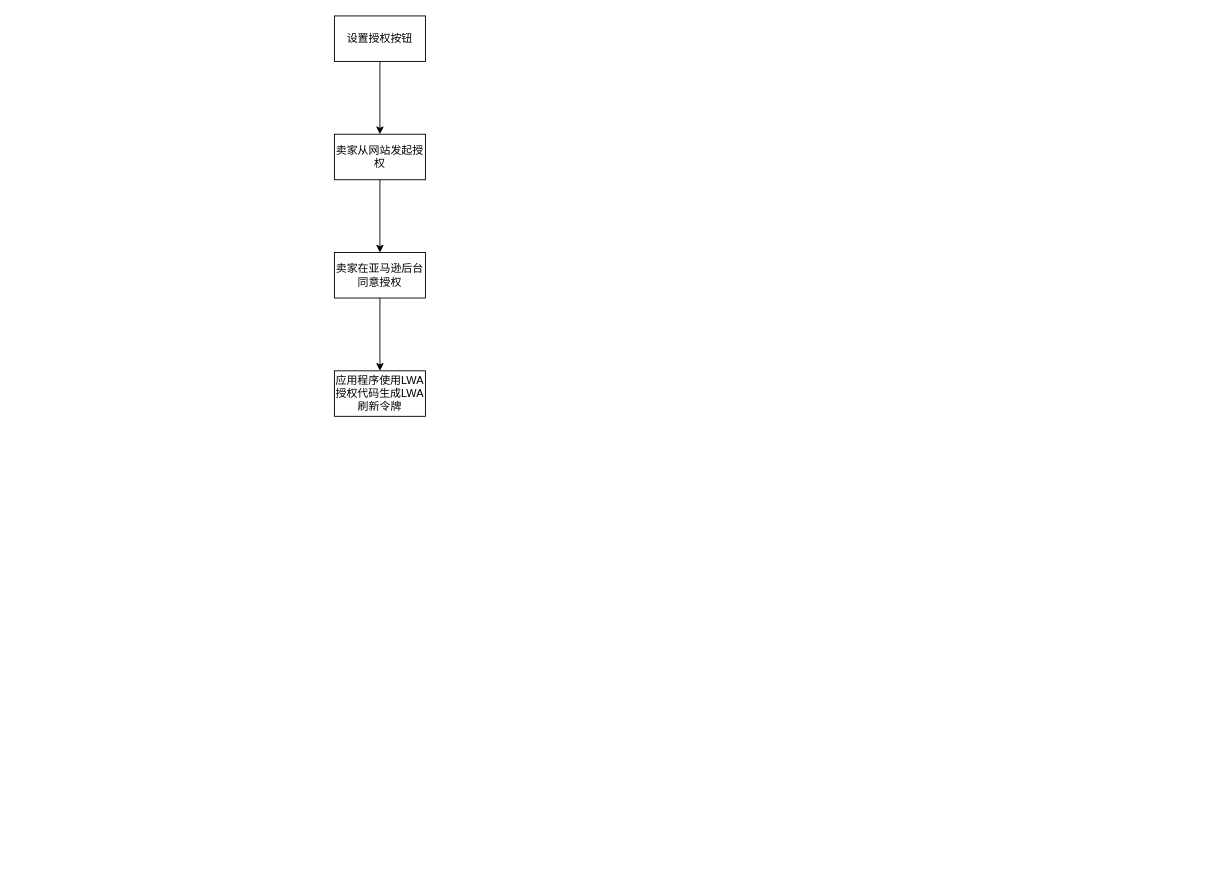
Above: 网站授权工作流.drawio in pcandlej/drawio-amazon-spapi (draw.io), before the change. Source tidied: cells renumbered, new cells numbered last; positions are measured from the earlier drawing's top-left corner, leaving out a move shared by most shapes. Both pictures are drawn from the tidied source at 91%, with x=0, y=0 at pixel (334, 15).
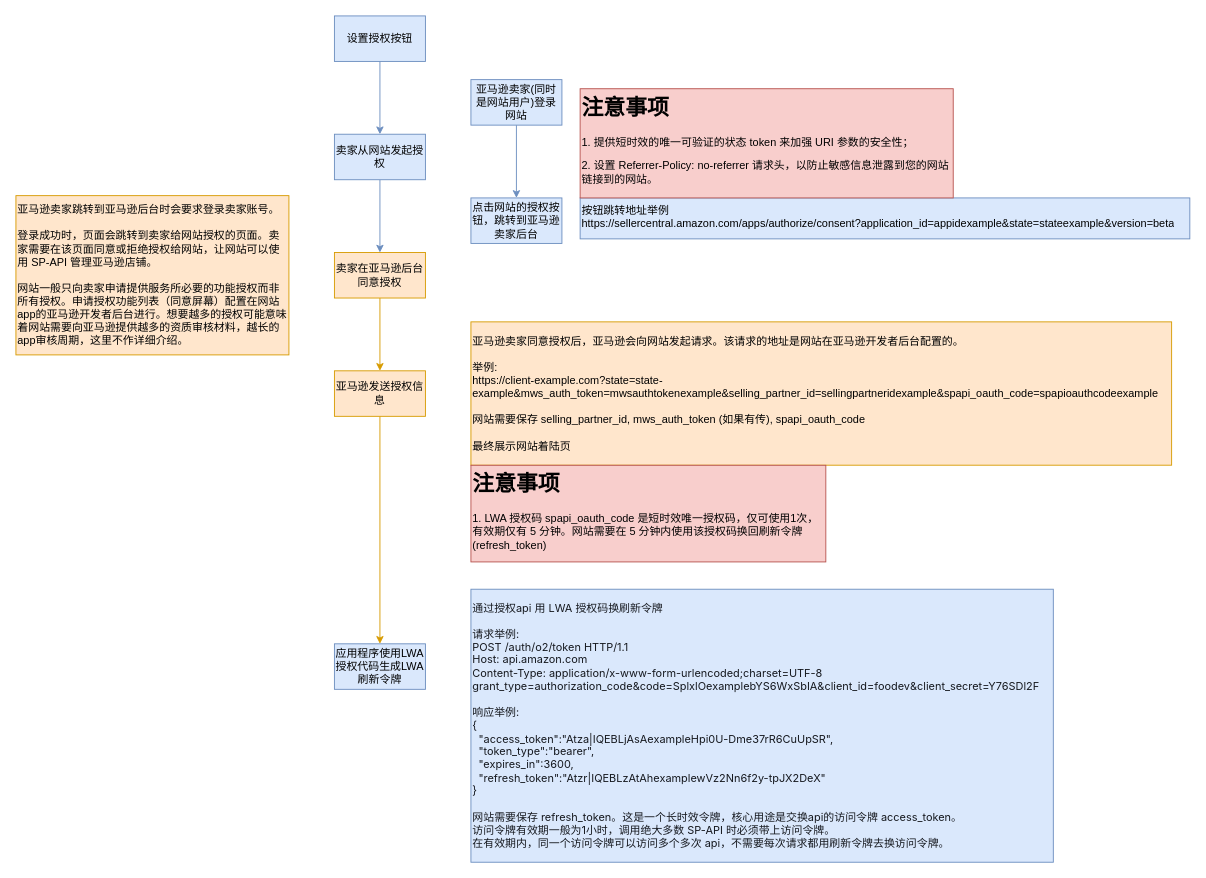
Above is the later version.

Commit message:
更新网站授权工作流.drawio

Change to the diagram source:
```diff
@@
 <mxGraphModel>
   <root>
     <mxCell id="0" />
     <mxCell id="1" parent="0" />
-    <mxCell id="2" style="edgeStyle=orthogonalEdgeStyle;rounded=0;jettySize=auto;html=1;" parent="1" edge="1" source="3" target="5">
+    <mxCell id="2" style="edgeStyle=orthogonalEdgeStyle;rounded=0;jettySize=auto;html=1;fillColor=#dae8fc;strokeColor=#6c8ebf;" parent="1" edge="1" source="3" target="5">
       <mxGeometry relative="1" as="geometry" />
     </mxCell>
-    <mxCell id="3" value="设置授权按钮" style="html=1;dashed=0;whiteSpace=wrap;" parent="1" vertex="1">
+    <mxCell id="3" value="设置授权按钮" style="html=1;dashed=0;whiteSpace=wrap;fillColor=#dae8fc;strokeColor=#6c8ebf;" parent="1" vertex="1">
       <mxGeometry width="100" height="50" as="geometry" />
     </mxCell>
-    <mxCell id="4" style="edgeStyle=orthogonalEdgeStyle;rounded=0;jettySize=auto;html=1;" parent="1" edge="1" source="5" target="7">
+    <mxCell id="4" style="edgeStyle=orthogonalEdgeStyle;rounded=0;jettySize=auto;html=1;fillColor=#dae8fc;strokeColor=#6c8ebf;" parent="1" edge="1" source="5" target="7">
       <mxGeometry relative="1" as="geometry" />
     </mxCell>
-    <mxCell id="5" value="卖家从网站发起授权" style="html=1;dashed=0;whiteSpace=wrap;" parent="1" vertex="1">
+    <mxCell id="5" value="卖家从网站发起授权" style="html=1;dashed=0;whiteSpace=wrap;fillColor=#dae8fc;strokeColor=#6c8ebf;" parent="1" vertex="1">
       <mxGeometry y="130" width="100" height="50" as="geometry" />
     </mxCell>
-    <mxCell id="6" style="edgeStyle=orthogonalEdgeStyle;rounded=0;jettySize=auto;html=1;" parent="1" edge="1" source="7" target="8">
+    <mxCell id="6" style="edgeStyle=orthogonalEdgeStyle;rounded=0;jettySize=auto;html=1;fillColor=#ffe6cc;strokeColor=#d79b00;" parent="1" edge="1" source="7" target="8">
       <mxGeometry relative="1" as="geometry" />
     </mxCell>
-    <mxCell id="7" value="卖家在亚马逊后台同意授权" style="html=1;dashed=0;whiteSpace=wrap;" parent="1" vertex="1">
+    <mxCell id="7" value="卖家在亚马逊后台同意授权" style="html=1;dashed=0;whiteSpace=wrap;fillColor=#ffe6cc;strokeColor=#d79b00;" parent="1" vertex="1">
       <mxGeometry y="260" width="100" height="50" as="geometry" />
     </mxCell>
+    <mxCell id="9" style="edgeStyle=orthogonalEdgeStyle;rounded=0;jettySize=auto;html=1;fillColor=#ffe6cc;strokeColor=#d79b00;" parent="1" edge="1" source="8" target="15">
+      <mxGeometry relative="1" as="geometry" />
+    </mxCell>
-    <mxCell id="8" value="应用程序使用LWA授权代码生成LWA刷新令牌" style="html=1;dashed=0;whiteSpace=wrap;" parent="1" vertex="1">
+    <mxCell id="8" value="亚马逊发送授权信息" style="html=1;dashed=0;whiteSpace=wrap;fillColor=#ffe6cc;strokeColor=#d79b00;" parent="1" vertex="1">
       <mxGeometry y="390" width="100" height="50" as="geometry" />
     </mxCell>
+    <mxCell id="10" style="edgeStyle=orthogonalEdgeStyle;rounded=0;jettySize=auto;html=1;fillColor=#dae8fc;strokeColor=#6c8ebf;" parent="1" edge="1" source="11" target="12">
+      <mxGeometry relative="1" as="geometry" />
+    </mxCell>
+    <mxCell id="11" value="亚马逊卖家(同时是网站用户)登录网站" style="html=1;dashed=0;whiteSpace=wrap;fillColor=#dae8fc;strokeColor=#6c8ebf;" parent="1" vertex="1">
+      <mxGeometry x="150" y="70" width="100" height="50" as="geometry" />
+    </mxCell>
+    <mxCell id="12" value="点击网站的授权按钮，跳转到亚马逊卖家后台" style="html=1;dashed=0;whiteSpace=wrap;fillColor=#dae8fc;strokeColor=#6c8ebf;" parent="1" vertex="1">
+      <mxGeometry x="150" y="200" width="100" height="50" as="geometry" />
+    </mxCell>
+    <mxCell id="13" value="按钮跳转地址举例&#10;https://sellercentral.amazon.com/apps/authorize/consent?application_id=appidexample&amp;state=stateexample&amp;version=beta&#10;" style="text;whiteSpace=wrap;overflow=hidden;rounded=0;fillColor=#dae8fc;strokeColor=#6c8ebf;" parent="1" vertex="1">
+      <mxGeometry x="270" y="200" width="670" height="45" as="geometry" />
+    </mxCell>
+    <mxCell id="14" value="&lt;h1 style=&quot;margin-top: 0px;&quot;&gt;注意事项&lt;/h1&gt;&lt;p&gt;1. 提供短时效的唯一可验证的状态 token 来加强 URI 参数的安全性；&lt;/p&gt;&lt;p&gt;2. 设置&amp;nbsp;Referrer-Policy: no-referrer 请求头，以防止敏感信息泄露到您的网站链接到的网站。&lt;/p&gt;" style="text;html=1;whiteSpace=wrap;overflow=hidden;rounded=0;fillColor=#f8cecc;strokeColor=#b85450;" parent="1" vertex="1">
+      <mxGeometry x="270" y="80" width="410" height="120" as="geometry" />
+    </mxCell>
+    <mxCell id="15" value="应用程序使用LWA授权代码生成LWA刷新令牌" style="html=1;dashed=0;whiteSpace=wrap;fillColor=#dae8fc;strokeColor=#6c8ebf;" parent="1" vertex="1">
+      <mxGeometry y="690" width="100" height="50" as="geometry" />
+    </mxCell>
+    <mxCell id="16" value="亚马逊卖家跳转到亚马逊后台时会要求登录卖家账号。&lt;div&gt;&lt;br&gt;&lt;div&gt;登录成功时，页面会跳转到卖家给网站授权的页面。卖家需要在该页面同意或拒绝授权给网站，让网站可以使用 SP-API 管理亚马逊店铺。&lt;/div&gt;&lt;/div&gt;&lt;div&gt;&lt;br&gt;&lt;/div&gt;&lt;div&gt;网站一般只向卖家申请提供服务所必要的功能授权而非所有授权。申请授权功能列表（同意屏幕）配置在网站app的亚马逊开发者后台进行。想要越多的授权可能意味着网站需要向亚马逊提供越多的资质审核材料，越长的app审核周期，这里不作详细介绍。&lt;/div&gt;" style="text;html=1;align=left;verticalAlign=middle;whiteSpace=wrap;rounded=0;fillColor=#ffe6cc;strokeColor=#d79b00;" parent="1" vertex="1">
+      <mxGeometry x="-350" y="197.5" width="300" height="175" as="geometry" />
+    </mxCell>
+    <mxCell id="17" value="亚马逊卖家同意授权后，亚马逊会向网站发起请求。该请求的地址是网站在亚马逊开发者后台配置的。&lt;div&gt;&lt;br&gt;&lt;/div&gt;&lt;div&gt;举例:&lt;/div&gt;&lt;div&gt;https://client-example.com?state=state-example&amp;amp;mws_auth_token=mwsauthtokenexample&amp;amp;selling_partner_id=sellingpartneridexample&amp;amp;spapi_oauth_code=spapioauthcodeexample&lt;br&gt;&lt;/div&gt;&lt;div&gt;&lt;br&gt;&lt;/div&gt;&lt;div&gt;网站需要保存 selling_partner_id, mws_auth_token (如果有传), spapi_oauth_code&lt;/div&gt;&lt;div&gt;&lt;br&gt;&lt;/div&gt;&lt;div&gt;最终展示网站着陆页&lt;/div&gt;" style="text;html=1;align=left;verticalAlign=middle;whiteSpace=wrap;rounded=0;fillColor=#ffe6cc;strokeColor=#d79b00;" parent="1" vertex="1">
+      <mxGeometry x="150" y="336.2" width="770" height="157.5" as="geometry" />
+    </mxCell>
+    <mxCell id="18" value="&lt;h1 style=&quot;margin-top: 0px;&quot;&gt;注意事项&lt;/h1&gt;&lt;p&gt;1. LWA 授权码 spapi_oauth_code 是短时效唯一授权码，仅可使用1次，有效期仅有 5 分钟。网站需要在 5 分钟内使用该授权码换回刷新令牌(refresh_token)&lt;/p&gt;" style="text;html=1;whiteSpace=wrap;overflow=hidden;rounded=0;fillColor=#f8cecc;strokeColor=#b85450;" parent="1" vertex="1">
+      <mxGeometry x="150" y="493.8" width="390" height="106.2" as="geometry" />
+    </mxCell>
+    <mxCell id="19" value="&lt;div&gt;&lt;span style=&quot;white-space: pre; color: rgb(22, 25, 31); font-family: Ember, -apple-system, system-ui, &amp;quot;Segoe UI&amp;quot;, Roboto, Oxygen, Ubuntu, Cantarell, &amp;quot;Fira Sans&amp;quot;, &amp;quot;Droid Sans&amp;quot;, &amp;quot;Helvetica Neue&amp;quot;, sans-serif; background-color: initial;&quot;&gt;通过授权api 用 LWA 授权码换刷新令牌&lt;/span&gt;&lt;br&gt;&lt;/div&gt;&lt;div&gt;&lt;span style=&quot;white-space: pre; color: rgb(22, 25, 31); font-family: Ember, -apple-system, system-ui, &amp;quot;Segoe UI&amp;quot;, Roboto, Oxygen, Ubuntu, Cantarell, &amp;quot;Fira Sans&amp;quot;, &amp;quot;Droid Sans&amp;quot;, &amp;quot;Helvetica Neue&amp;quot;, sans-serif; background-color: initial;&quot;&gt;&lt;br&gt;&lt;/span&gt;&lt;/div&gt;&lt;div&gt;&lt;font face=&quot;Ember, -apple-system, system-ui, Segoe UI, Roboto, Oxygen, Ubuntu, Cantarell, Fira Sans, Droid Sans, Helvetica Neue, sans-serif&quot; color=&quot;#16191f&quot;&gt;&lt;span style=&quot;white-space: pre;&quot;&gt;请求举例:&lt;/span&gt;&lt;/font&gt;&lt;/div&gt;&lt;font style=&quot;font-size: 12px;&quot; face=&quot;Ember, -apple-system, system-ui, Segoe UI, Roboto, Oxygen, Ubuntu, Cantarell, Fira Sans, Droid Sans, Helvetica Neue, sans-serif&quot; color=&quot;#16191f&quot;&gt;&lt;span style=&quot;white-space: pre;&quot;&gt;POST /auth/o2/token HTTP/1.1&lt;br&gt;Host: api.amazon.com&lt;br&gt;Content-Type: application/x-www-form-urlencoded;charset=UTF-8&lt;br&gt;grant_type=authorization_code&amp;amp;code=SplxlOexamplebYS6WxSbIA&amp;amp;client_id=foodev&amp;amp;client_secret=Y76SDl2F&lt;/span&gt;&lt;/font&gt;&lt;div&gt;&lt;font style=&quot;font-size: 12px;&quot; face=&quot;Ember, -apple-system, system-ui, Segoe UI, Roboto, Oxygen, Ubuntu, Cantarell, Fira Sans, Droid Sans, Helvetica Neue, sans-serif&quot; color=&quot;#16191f&quot;&gt;&lt;span style=&quot;white-space: pre;&quot;&gt;&lt;br&gt;&lt;/span&gt;&lt;/font&gt;&lt;/div&gt;&lt;div&gt;&lt;font style=&quot;font-size: 12px;&quot; face=&quot;Ember, -apple-system, system-ui, Segoe UI, Roboto, Oxygen, Ubuntu, Cantarell, Fira Sans, Droid Sans, Helvetica Neue, sans-serif&quot; color=&quot;#16191f&quot;&gt;&lt;span style=&quot;white-space: pre;&quot;&gt;响应举例:&lt;/span&gt;&lt;/font&gt;&lt;/div&gt;&lt;div&gt;&lt;font face=&quot;Ember, -apple-system, system-ui, Segoe UI, Roboto, Oxygen, Ubuntu, Cantarell, Fira Sans, Droid Sans, Helvetica Neue, sans-serif&quot; color=&quot;#16191f&quot;&gt;&lt;span style=&quot;white-space: pre;&quot;&gt;&lt;div style=&quot;&quot;&gt;{&lt;/div&gt;&lt;div style=&quot;&quot;&gt;&amp;nbsp; &quot;access_token&quot;:&quot;Atza|IQEBLjAsAexampleHpi0U-Dme37rR6CuUpSR&quot;,&lt;/div&gt;&lt;div style=&quot;&quot;&gt;&amp;nbsp; &quot;token_type&quot;:&quot;bearer&quot;,&lt;/div&gt;&lt;div style=&quot;&quot;&gt;&amp;nbsp; &quot;expires_in&quot;:3600,&lt;/div&gt;&lt;div style=&quot;&quot;&gt;&amp;nbsp; &quot;refresh_token&quot;:&quot;Atzr|IQEBLzAtAhexamplewVz2Nn6f2y-tpJX2DeX&quot;&lt;/div&gt;&lt;div style=&quot;&quot;&gt;}&lt;/div&gt;&lt;div style=&quot;&quot;&gt;&lt;br&gt;&lt;/div&gt;&lt;div style=&quot;&quot;&gt;网站需要保存 refresh_token。这是一个长时效令牌，核心用途是交换api的访问令牌 access_token。&lt;/div&gt;&lt;div style=&quot;&quot;&gt;访问令牌有效期一般为1小时，调用绝大多数 SP-API 时必须带上访问令牌。&lt;/div&gt;&lt;div style=&quot;&quot;&gt;在有效期内，同一个访问令牌可以访问多个多次 api，不需要每次请求都用刷新令牌去换访问令牌。&lt;/div&gt;&lt;/span&gt;&lt;/font&gt;&lt;/div&gt;" style="text;html=1;align=left;verticalAlign=middle;whiteSpace=wrap;rounded=0;fillColor=#dae8fc;strokeColor=#6c8ebf;" parent="1" vertex="1">
+      <mxGeometry x="150" y="630" width="640" height="300" as="geometry" />
+    </mxCell>
   </root>
 </mxGraphModel>
```
